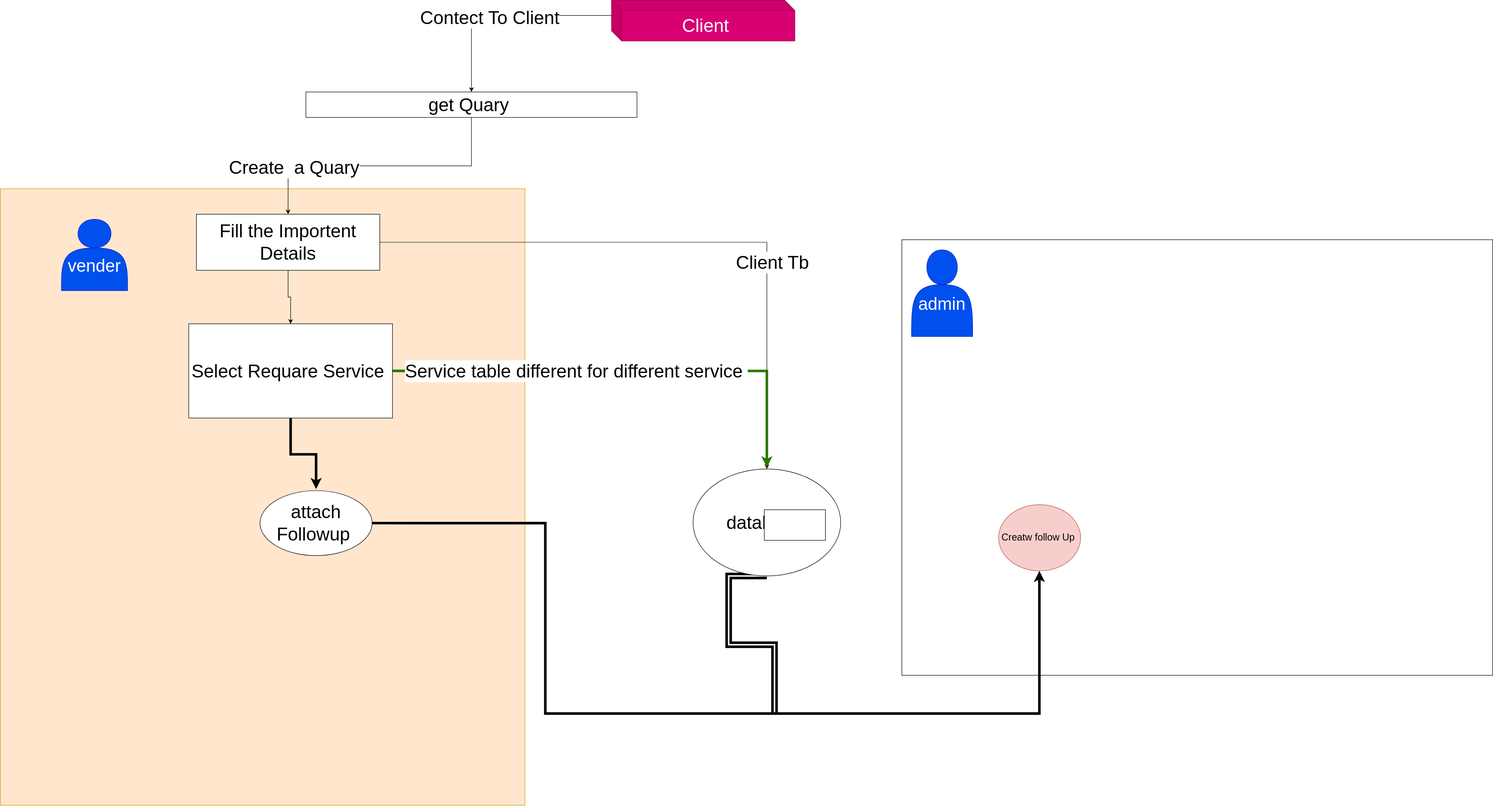
vijay-singh-shekhawat/c keeps this draw.io diagram as Untitled Diagram.drawio.svg. Above is the earlier version. Source tidied: cells renumbered, new cells last; positions are measured from the earlier drawing's top-left corner, leaving out a move shared by most shapes.
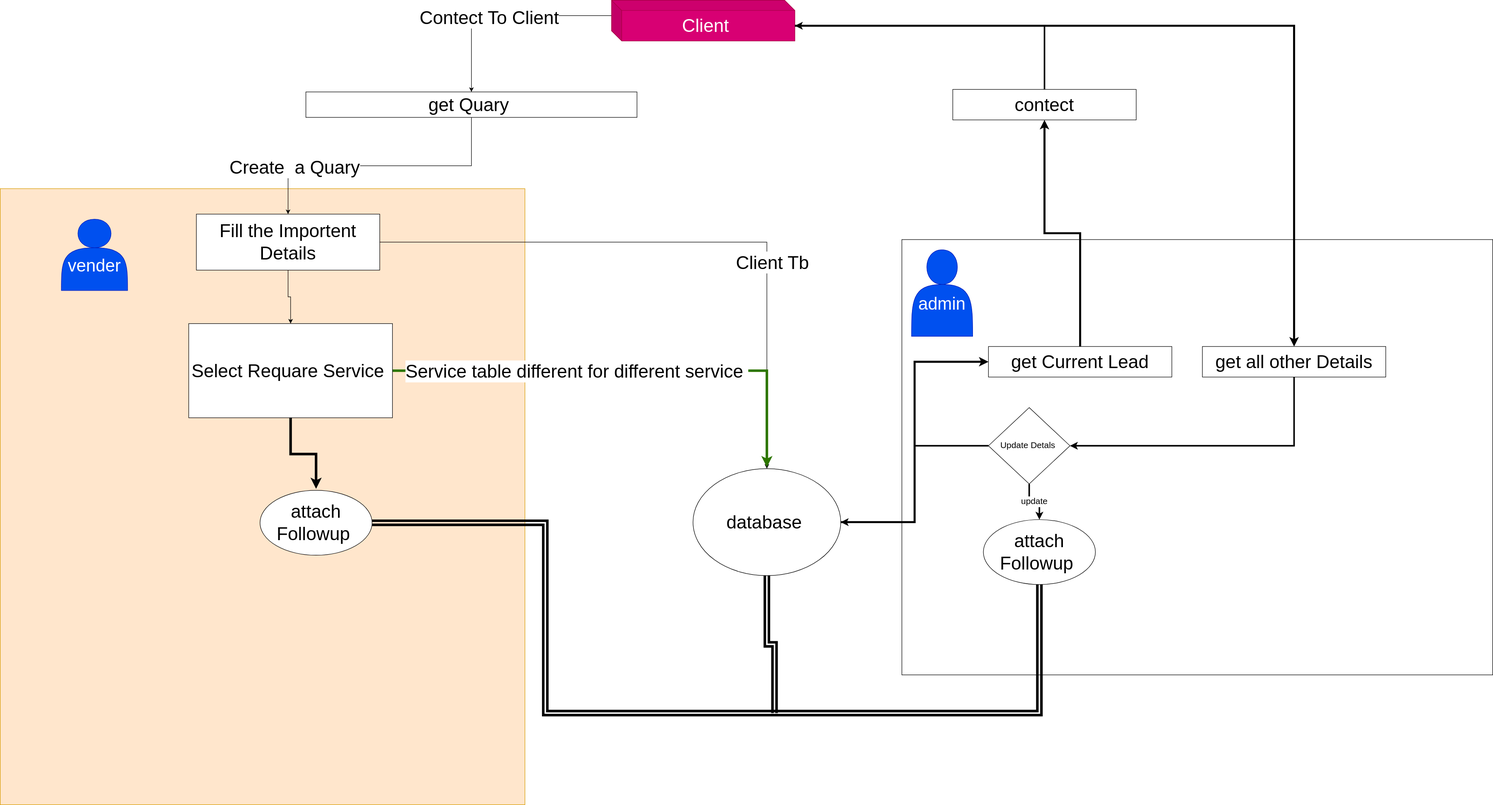
Later version of the same file.

What changed in the source:
```diff
@@ -48,8 +48,7 @@
       <mxGeometry relative="1" as="geometry">
         <mxPoint x="1520" y="1400" as="targetPoint" />
         <Array as="points">
-          <mxPoint x="1430" y="1130" />
-          <mxPoint x="1430" y="1265" />
+          <mxPoint x="1505" y="1265" />
           <mxPoint x="1520" y="1265" />
         </Array>
       </mxGeometry>
@@ -74,27 +73,56 @@
     <mxCell id="20" value="attach Followup&amp;nbsp;" style="ellipse;whiteSpace=wrap;html=1;fontSize=36;rounded=0;" parent="1" vertex="1">
       <mxGeometry x="510" y="962.5" width="220" height="127.5" as="geometry" />
     </mxCell>
-    <mxCell id="21" style="rounded=0;whiteSpace=wrap;html=1;fontSize=36;" parent="1" vertex="1">
-      <mxGeometry x="1500" y="1000" width="120" height="60" as="geometry" />
-    </mxCell>
     <mxCell id="22" style="rounded=0;whiteSpace=wrap;html=1;fontSize=19;" parent="1" vertex="1">
       <mxGeometry x="1770" y="470" width="1160" height="855" as="geometry" />
     </mxCell>
-    <mxCell id="23" value="&lt;font style=&quot;font-size: 19px&quot;&gt;Creatw follow Up&amp;nbsp;&lt;/font&gt;" style="ellipse;whiteSpace=wrap;html=1;fillColor=#f8cecc;strokeColor=#b85450;" parent="1" vertex="1">
-      <mxGeometry x="1960" y="990" width="161" height="130" as="geometry" />
-    </mxCell>
-    <mxCell id="24" style="edgeStyle=orthogonalEdgeStyle;rounded=0;jettySize=auto;html=1;exitX=1;exitY=0.5;exitDx=0;exitDy=0;fontSize=36;targetPerimeterSpacing=3;strokeWidth=5;entryX=0.5;entryY=1;entryDx=0;entryDy=0;" parent="1" edge="1" source="20" target="23">
+    <mxCell id="24" style="edgeStyle=orthogonalEdgeStyle;rounded=0;jettySize=auto;html=1;exitX=1;exitY=0.5;exitDx=0;exitDy=0;fontSize=36;targetPerimeterSpacing=3;strokeWidth=5;entryX=0.5;entryY=1;entryDx=0;entryDy=0;shape=link;" parent="1" edge="1" source="20" target="26">
       <mxGeometry relative="1" as="geometry">
         <Array as="points">
           <mxPoint x="1070" y="1026" />
           <mxPoint x="1070" y="1400" />
           <mxPoint x="2040" y="1400" />
-          <mxPoint x="2040" y="1120" />
         </Array>
       </mxGeometry>
     </mxCell>
     <mxCell id="25" value="&lt;br&gt;admin" style="shape=actor;whiteSpace=wrap;html=1;fontSize=34;fillColor=#0050ef;fontColor=#ffffff;strokeColor=#001DBC;" parent="1" vertex="1">
       <mxGeometry x="1789" y="490" width="120" height="170" as="geometry" />
     </mxCell>
+    <mxCell id="26" value="attach Followup&amp;nbsp;" style="ellipse;whiteSpace=wrap;html=1;fontSize=36;rounded=0;" parent="1" vertex="1">
+      <mxGeometry x="1930" y="1020" width="220" height="127.5" as="geometry" />
+    </mxCell>
+    <mxCell id="27" style="edgeStyle=orthogonalEdgeStyle;rounded=0;jettySize=auto;html=1;exitX=0.5;exitY=0;exitDx=0;exitDy=0;entryX=0;entryY=0;entryDx=360;entryDy=50;entryPerimeter=0;strokeWidth=3;" parent="1" edge="1" source="28" target="6">
+      <mxGeometry relative="1" as="geometry" />
+    </mxCell>
+    <mxCell id="28" value="contect" style="rounded=0;whiteSpace=wrap;html=1;fontSize=36;" parent="1" vertex="1">
+      <mxGeometry x="1870" y="175" width="360" height="60" as="geometry" />
+    </mxCell>
+    <mxCell id="29" style="edgeStyle=orthogonalEdgeStyle;rounded=0;jettySize=auto;html=1;exitX=0.5;exitY=0;exitDx=0;exitDy=0;strokeWidth=4;entryX=0.5;entryY=1;entryDx=0;entryDy=0;" parent="1" edge="1" source="30" target="28">
+      <mxGeometry relative="1" as="geometry" />
+    </mxCell>
+    <mxCell id="30" value="get Current Lead" style="rounded=0;whiteSpace=wrap;html=1;fontSize=36;" parent="1" vertex="1">
+      <mxGeometry x="1940" y="680" width="360" height="60" as="geometry" />
+    </mxCell>
+    <mxCell id="31" style="edgeStyle=orthogonalEdgeStyle;rounded=0;jettySize=auto;html=1;exitX=1;exitY=0.5;exitDx=0;exitDy=0;entryX=0;entryY=0.5;entryDx=0;entryDy=0;strokeWidth=4;" parent="1" edge="1" source="15" target="30">
+      <mxGeometry relative="1" as="geometry" />
+    </mxCell>
+    <mxCell id="32" style="edgeStyle=orthogonalEdgeStyle;rounded=0;jettySize=auto;html=1;exitX=0.5;exitY=1;exitDx=0;exitDy=0;entryX=1;entryY=0.5;entryDx=0;entryDy=0;fontSize=17;strokeWidth=3;" parent="1" edge="1" source="33" target="37">
+      <mxGeometry relative="1" as="geometry" />
+    </mxCell>
+    <mxCell id="33" value="get all other Details" style="rounded=0;whiteSpace=wrap;html=1;fontSize=36;" parent="1" vertex="1">
+      <mxGeometry x="2360" y="680" width="360" height="60" as="geometry" />
+    </mxCell>
+    <mxCell id="34" style="edgeStyle=orthogonalEdgeStyle;rounded=0;jettySize=auto;html=1;exitX=0;exitY=0;exitDx=360;exitDy=50;exitPerimeter=0;strokeWidth=4;" parent="1" edge="1" source="6" target="33">
+      <mxGeometry relative="1" as="geometry" />
+    </mxCell>
+    <mxCell id="35" style="edgeStyle=orthogonalEdgeStyle;rounded=0;jettySize=auto;html=1;exitX=0;exitY=0.5;exitDx=0;exitDy=0;fontSize=17;strokeWidth=3;" parent="1" edge="1" source="37" target="15">
+      <mxGeometry relative="1" as="geometry" />
+    </mxCell>
+    <mxCell id="36" value="update" style="edgeStyle=orthogonalEdgeStyle;rounded=0;jettySize=auto;html=1;exitX=0.5;exitY=1;exitDx=0;exitDy=0;fontSize=17;strokeWidth=3;" parent="1" edge="1" source="37" target="26">
+      <mxGeometry relative="1" as="geometry" />
+    </mxCell>
+    <mxCell id="37" value="&lt;font style=&quot;font-size: 17px&quot;&gt;Update Detals&amp;nbsp;&lt;/font&gt;" style="rhombus;whiteSpace=wrap;html=1;" parent="1" vertex="1">
+      <mxGeometry x="1940" y="800" width="160" height="150" as="geometry" />
+    </mxCell>
   </root>
 </mxGraphModel>
```
